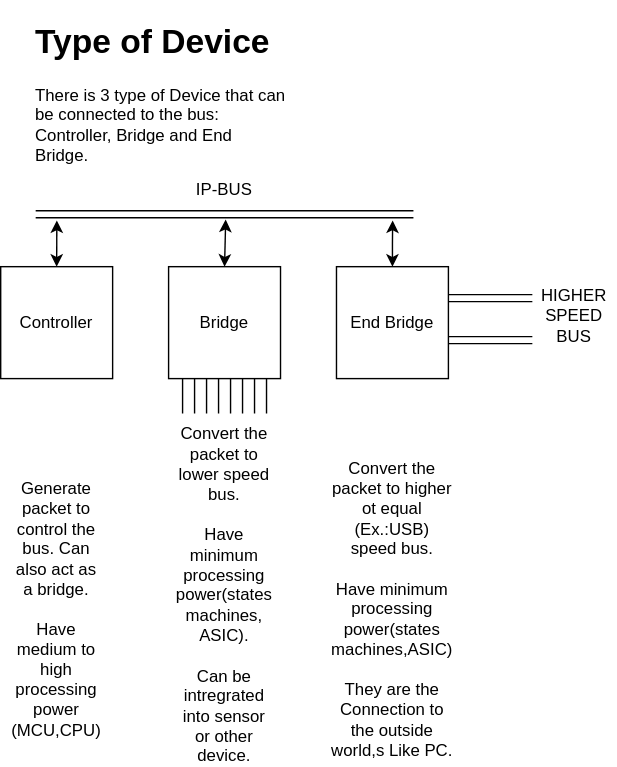
Earlier version of the draw.io export Controller_Bridge.svg (cdg66/BUS_figures). Source tidied: cells renumbered, new cells last; positions are measured from the earlier drawing's top-left corner, leaving out a move shared by most shapes.
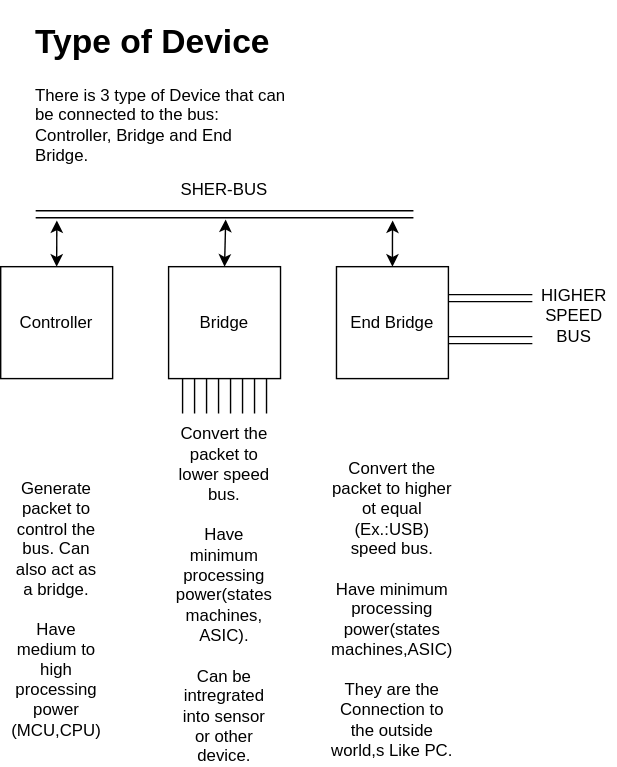
The same file after the commit.

Commit message:
Change of bus name Controller_Bridge.svg

What changed in the source:
```diff
@@ -44,8 +44,8 @@
     <mxCell id="15" style="verticalLabelPosition=bottom;shadow=0;dashed=0;align=center;html=1;verticalAlign=top;shape=mxgraph.electrical.transmission.8_line_bus;rotation=90;" parent="1" vertex="1">
       <mxGeometry x="147.5" y="242.5" width="25" height="60" as="geometry" />
     </mxCell>
-    <mxCell id="16" value="IP-BUS" style="text;html=1;strokeColor=none;fillColor=none;align=center;verticalAlign=middle;whiteSpace=wrap;rounded=0;" parent="1" vertex="1">
-      <mxGeometry x="130" y="110" width="60" height="30" as="geometry" />
+    <mxCell id="16" value="SHER-BUS" style="text;html=1;strokeColor=none;fillColor=none;align=center;verticalAlign=middle;whiteSpace=wrap;rounded=0;" parent="1" vertex="1">
+      <mxGeometry x="105" y="110" width="110" height="30" as="geometry" />
     </mxCell>
     <mxCell id="17" value="&lt;div&gt;HIGHER&lt;/div&gt;&lt;div&gt;SPEED BUS&lt;/div&gt;" style="text;html=1;strokeColor=none;fillColor=none;align=center;verticalAlign=middle;whiteSpace=wrap;rounded=0;" parent="1" vertex="1">
       <mxGeometry x="380" y="200" width="60" height="30" as="geometry" />
```
